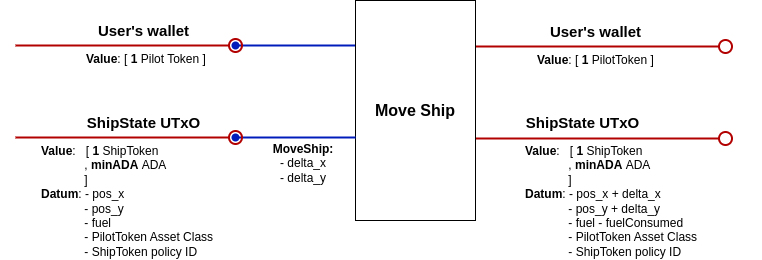
Above: mvp-design/img/moveShip.png in txpipe/asteria (draw.io), before the change. Source tidied: cells renumbered, new cells last; positions are measured from the earlier drawing's top-left corner, leaving out a move shared by most shapes.
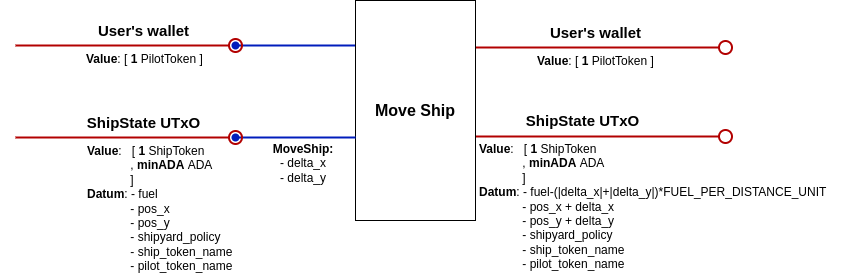
The same diagram one commit later.

Change to the diagram source:
```diff
@@ -10,14 +10,14 @@
     </mxCell>
     <mxCell id="3" style="edgeStyle=none;rounded=0;orthogonalLoop=1;jettySize=auto;html=1;exitX=1;exitY=0.25;exitDx=0;exitDy=0;startArrow=none;startFill=0;endArrow=oval;endFill=0;strokeColor=#B20000;fillColor=#e51400;strokeWidth=2;endSize=13;" parent="1" edge="1">
       <mxGeometry relative="1" as="geometry">
-        <mxPoint x="460" y="46" as="sourcePoint" />
-        <mxPoint x="710" y="46" as="targetPoint" />
+        <mxPoint x="460" y="47" as="sourcePoint" />
+        <mxPoint x="710" y="47" as="targetPoint" />
       </mxGeometry>
     </mxCell>
     <mxCell id="4" style="edgeStyle=none;rounded=0;orthogonalLoop=1;jettySize=auto;html=1;exitX=1;exitY=0.75;exitDx=0;exitDy=0;fontSize=11;startArrow=none;startFill=0;endArrow=oval;endFill=0;strokeColor=#B20000;fillColor=#e51400;strokeWidth=2;endSize=13;" parent="1" edge="1">
       <mxGeometry relative="1" as="geometry">
-        <mxPoint x="460" y="138" as="sourcePoint" />
-        <mxPoint x="710" y="138" as="targetPoint" />
+        <mxPoint x="460" y="136" as="sourcePoint" />
+        <mxPoint x="710" y="136" as="targetPoint" />
       </mxGeometry>
     </mxCell>
     <mxCell id="5" value="&lt;b&gt;&lt;font style=&quot;font-size: 16px;&quot;&gt;Move Ship&lt;br&gt;&lt;/font&gt;&lt;/b&gt;" style="rounded=0;whiteSpace=wrap;html=1;" parent="1" vertex="1">
@@ -27,10 +27,10 @@
       <mxGeometry x="73" y="15" width="110" height="30" as="geometry" />
     </mxCell>
     <mxCell id="7" value="&lt;div&gt;&lt;font size=&quot;1&quot;&gt;&lt;b style=&quot;font-size: 15px;&quot;&gt;User's wallet&lt;/b&gt;&lt;/font&gt;&lt;/div&gt;" style="text;html=1;align=center;verticalAlign=middle;strokeColor=none;fillColor=none;" parent="1" vertex="1">
-      <mxGeometry x="525.3" y="16" width="110" height="30" as="geometry" />
+      <mxGeometry x="525.3" y="17" width="110" height="30" as="geometry" />
     </mxCell>
     <mxCell id="8" value="&lt;font style=&quot;font-size: 15px;&quot;&gt;&lt;b&gt;ShipState&lt;/b&gt;&lt;/font&gt;&lt;b style=&quot;font-size: 15px; background-color: initial;&quot;&gt;&amp;nbsp;UTxO&lt;/b&gt;" style="text;html=1;align=center;verticalAlign=middle;strokeColor=none;fillColor=none;" parent="1" vertex="1">
-      <mxGeometry x="496.5" y="107" width="140" height="30" as="geometry" />
+      <mxGeometry x="496.5" y="105" width="140" height="30" as="geometry" />
     </mxCell>
     <mxCell id="9" style="edgeStyle=none;rounded=0;orthogonalLoop=1;jettySize=auto;html=1;startArrow=none;startFill=0;endArrow=oval;endFill=0;strokeColor=#B20000;fillColor=#e51400;strokeWidth=2;endSize=13;" parent="1" edge="1">
       <mxGeometry relative="1" as="geometry">
@@ -44,7 +44,7 @@
     <mxCell id="11" style="edgeStyle=orthogonalEdgeStyle;rounded=0;orthogonalLoop=1;jettySize=auto;html=1;exitX=0.5;exitY=1;exitDx=0;exitDy=0;endArrow=oval;endFill=0;endSize=6;strokeWidth=2;" parent="1" edge="1" source="5" target="5">
       <mxGeometry relative="1" as="geometry" />
     </mxCell>
-    <mxCell id="12" value="&lt;div style=&quot;caret-color: rgb(0, 0, 0); color: rgb(0, 0, 0); font-family: Helvetica; font-size: 12px; font-style: normal; font-variant-caps: normal; letter-spacing: normal; text-align: left; text-indent: 0px; text-transform: none; word-spacing: 0px; -webkit-text-stroke-width: 0px; text-decoration: none;&quot;&gt;&lt;div&gt;&lt;b&gt;Value&lt;/b&gt;: [&amp;nbsp;&lt;b style=&quot;background-color: initial;&quot;&gt;1&lt;/b&gt;&lt;span style=&quot;background-color: initial;&quot;&gt;&amp;nbsp;Pilot Token&amp;nbsp;&lt;/span&gt;&lt;span style=&quot;background-color: initial;&quot;&gt;]&lt;/span&gt;&lt;/div&gt;&lt;/div&gt;" style="text;whiteSpace=wrap;html=1;fontSize=12;" parent="1" vertex="1">
+    <mxCell id="12" value="&lt;div style=&quot;caret-color: rgb(0, 0, 0); color: rgb(0, 0, 0); font-family: Helvetica; font-size: 12px; font-style: normal; font-variant-caps: normal; letter-spacing: normal; text-align: left; text-indent: 0px; text-transform: none; word-spacing: 0px; -webkit-text-stroke-width: 0px; text-decoration: none;&quot;&gt;&lt;div&gt;&lt;b&gt;Value&lt;/b&gt;: [&amp;nbsp;&lt;b style=&quot;background-color: initial;&quot;&gt;1&lt;/b&gt;&lt;span style=&quot;background-color: initial;&quot;&gt;&amp;nbsp;PilotToken&amp;nbsp;&lt;/span&gt;&lt;span style=&quot;background-color: initial;&quot;&gt;]&lt;/span&gt;&lt;/div&gt;&lt;/div&gt;" style="text;whiteSpace=wrap;html=1;fontSize=12;" parent="1" vertex="1">
       <mxGeometry x="68.5" y="45" width="149.5" height="33" as="geometry" />
     </mxCell>
     <mxCell id="13" style="rounded=0;orthogonalLoop=1;jettySize=auto;html=1;exitX=0;exitY=0.5;exitDx=0;exitDy=0;strokeColor=#001DBC;startArrow=none;startFill=0;endArrow=oval;endFill=1;fillColor=#0050ef;strokeWidth=2;endSize=6;" parent="1" edge="1">
@@ -66,13 +66,13 @@
       <mxGeometry x="236" y="148" width="104" height="30" as="geometry" />
     </mxCell>
     <mxCell id="17" value="&lt;div style=&quot;caret-color: rgb(0, 0, 0); color: rgb(0, 0, 0); font-family: Helvetica; font-size: 12px; font-style: normal; font-variant-caps: normal; letter-spacing: normal; text-align: left; text-indent: 0px; text-transform: none; word-spacing: 0px; -webkit-text-stroke-width: 0px; text-decoration: none;&quot;&gt;&lt;div&gt;&lt;b&gt;Value&lt;/b&gt;: [&amp;nbsp;&lt;b style=&quot;background-color: initial;&quot;&gt;1&lt;/b&gt;&lt;span style=&quot;background-color: initial;&quot;&gt;&amp;nbsp;PilotToken&amp;nbsp;&lt;/span&gt;&lt;span style=&quot;background-color: initial;&quot;&gt;]&lt;/span&gt;&lt;/div&gt;&lt;/div&gt;" style="text;whiteSpace=wrap;html=1;fontSize=12;" parent="1" vertex="1">
-      <mxGeometry x="520" y="46" width="149.5" height="33" as="geometry" />
+      <mxGeometry x="520" y="47" width="149.5" height="33" as="geometry" />
     </mxCell>
-    <mxCell id="18" value="&lt;div style=&quot;caret-color: rgb(0, 0, 0); color: rgb(0, 0, 0); font-family: Helvetica; font-size: 12px; font-style: normal; font-variant-caps: normal; letter-spacing: normal; text-align: left; text-indent: 0px; text-transform: none; word-spacing: 0px; -webkit-text-stroke-width: 0px; text-decoration: none;&quot;&gt;&lt;span style=&quot;font-weight: 400;&quot;&gt;&lt;b&gt;Value&lt;/b&gt;: &amp;nbsp; [ &lt;/span&gt;&lt;b&gt;1&lt;/b&gt;&lt;span style=&quot;font-weight: 400;&quot;&gt;&amp;nbsp;Ship&lt;/span&gt;Token&lt;br&gt;&lt;b&gt;&lt;/b&gt;&lt;span style=&quot;font-weight: 400;&quot;&gt;&amp;nbsp; &amp;nbsp; &amp;nbsp; &amp;nbsp; &amp;nbsp; &amp;nbsp; &amp;nbsp;, &lt;/span&gt;&lt;b&gt;minADA&lt;/b&gt;&amp;nbsp;ADA&lt;/div&gt;&lt;div style=&quot;caret-color: rgb(0, 0, 0); color: rgb(0, 0, 0); font-family: Helvetica; font-size: 12px; font-style: normal; font-variant-caps: normal; letter-spacing: normal; text-align: left; text-indent: 0px; text-transform: none; word-spacing: 0px; -webkit-text-stroke-width: 0px; text-decoration: none;&quot;&gt;&lt;span style=&quot;background-color: initial;&quot;&gt;&amp;nbsp; &amp;nbsp; &amp;nbsp; &amp;nbsp; &amp;nbsp; &amp;nbsp; &amp;nbsp;]&lt;/span&gt;&lt;/div&gt;&lt;div style=&quot;caret-color: rgb(0, 0, 0); color: rgb(0, 0, 0); font-family: Helvetica; font-size: 12px; font-style: normal; font-variant-caps: normal; letter-spacing: normal; text-align: left; text-indent: 0px; text-transform: none; word-spacing: 0px; -webkit-text-stroke-width: 0px; text-decoration: none;&quot;&gt;&lt;span style=&quot;background-color: initial;&quot;&gt;&lt;b&gt;Datum&lt;/b&gt;: - pos_x + delta_x&lt;/span&gt;&lt;/div&gt;&lt;div style=&quot;caret-color: rgb(0, 0, 0); color: rgb(0, 0, 0); font-family: Helvetica; font-size: 12px; font-style: normal; font-variant-caps: normal; letter-spacing: normal; text-align: left; text-indent: 0px; text-transform: none; word-spacing: 0px; -webkit-text-stroke-width: 0px; text-decoration: none;&quot;&gt;&lt;span style=&quot;background-color: initial;&quot;&gt;&lt;span style=&quot;white-space: pre;&quot;&gt;&#9;&lt;/span&gt;&amp;nbsp; &amp;nbsp; &amp;nbsp;- pos_y + delta_y&lt;br&gt;&lt;/span&gt;&lt;/div&gt;&lt;div style=&quot;caret-color: rgb(0, 0, 0); color: rgb(0, 0, 0); font-family: Helvetica; font-size: 12px; font-style: normal; font-variant-caps: normal; letter-spacing: normal; text-align: left; text-indent: 0px; text-transform: none; word-spacing: 0px; -webkit-text-stroke-width: 0px; text-decoration: none;&quot;&gt;&lt;span style=&quot;background-color: initial;&quot;&gt;&lt;span style=&quot;white-space: pre;&quot;&gt;&#9;&lt;/span&gt;&amp;nbsp; &amp;nbsp; &amp;nbsp;- fuel - fuelConsumed&lt;/span&gt;&lt;/div&gt;&lt;div style=&quot;caret-color: rgb(0, 0, 0); color: rgb(0, 0, 0); font-family: Helvetica; font-size: 12px; font-style: normal; font-variant-caps: normal; letter-spacing: normal; text-align: left; text-indent: 0px; text-transform: none; word-spacing: 0px; -webkit-text-stroke-width: 0px; text-decoration: none;&quot;&gt;&lt;span style=&quot;background-color: initial;&quot;&gt;&lt;span style=&quot;white-space: pre;&quot;&gt;&#9;&lt;/span&gt;&amp;nbsp; &amp;nbsp; &amp;nbsp;- PilotToken Asset Class&lt;/span&gt;&lt;/div&gt;&lt;div style=&quot;caret-color: rgb(0, 0, 0); color: rgb(0, 0, 0); font-family: Helvetica; font-size: 12px; font-style: normal; font-variant-caps: normal; letter-spacing: normal; text-align: left; text-indent: 0px; text-transform: none; word-spacing: 0px; -webkit-text-stroke-width: 0px; text-decoration: none;&quot;&gt;&amp;nbsp; &amp;nbsp; &amp;nbsp; &amp;nbsp; &amp;nbsp; &amp;nbsp; &amp;nbsp;- ShipToken policy ID&lt;span style=&quot;background-color: initial;&quot;&gt;&lt;br&gt;&lt;/span&gt;&lt;/div&gt;" style="text;whiteSpace=wrap;html=1;fontSize=12;" parent="1" vertex="1">
-      <mxGeometry x="507.5" y="137" width="239.5" height="110" as="geometry" />
-    </mxCell>
-    <mxCell id="19" value="&lt;div style=&quot;caret-color: rgb(0, 0, 0); color: rgb(0, 0, 0); font-family: Helvetica; font-size: 12px; font-style: normal; font-variant-caps: normal; letter-spacing: normal; text-align: left; text-indent: 0px; text-transform: none; word-spacing: 0px; -webkit-text-stroke-width: 0px; text-decoration: none;&quot;&gt;&lt;span style=&quot;font-weight: 400;&quot;&gt;&lt;b&gt;Value&lt;/b&gt;: &amp;nbsp; [ &lt;/span&gt;&lt;b&gt;1&lt;/b&gt;&lt;span style=&quot;font-weight: 400;&quot;&gt;&amp;nbsp;Ship&lt;/span&gt;Token&lt;br&gt;&lt;b&gt;&lt;/b&gt;&lt;span style=&quot;font-weight: 400;&quot;&gt;&amp;nbsp; &amp;nbsp; &amp;nbsp; &amp;nbsp; &amp;nbsp; &amp;nbsp; &amp;nbsp;, &lt;/span&gt;&lt;b&gt;minADA&lt;/b&gt;&amp;nbsp;ADA&lt;/div&gt;&lt;div style=&quot;caret-color: rgb(0, 0, 0); color: rgb(0, 0, 0); font-family: Helvetica; font-size: 12px; font-style: normal; font-variant-caps: normal; letter-spacing: normal; text-align: left; text-indent: 0px; text-transform: none; word-spacing: 0px; -webkit-text-stroke-width: 0px; text-decoration: none;&quot;&gt;&lt;span style=&quot;background-color: initial;&quot;&gt;&amp;nbsp; &amp;nbsp; &amp;nbsp; &amp;nbsp; &amp;nbsp; &amp;nbsp; &amp;nbsp;]&lt;/span&gt;&lt;/div&gt;&lt;div style=&quot;caret-color: rgb(0, 0, 0); color: rgb(0, 0, 0); font-family: Helvetica; font-size: 12px; font-style: normal; font-variant-caps: normal; letter-spacing: normal; text-align: left; text-indent: 0px; text-transform: none; word-spacing: 0px; -webkit-text-stroke-width: 0px; text-decoration: none;&quot;&gt;&lt;span style=&quot;background-color: initial;&quot;&gt;&lt;b&gt;Datum&lt;/b&gt;: - pos_x&lt;/span&gt;&lt;/div&gt;&lt;div style=&quot;caret-color: rgb(0, 0, 0); color: rgb(0, 0, 0); font-family: Helvetica; font-size: 12px; font-style: normal; font-variant-caps: normal; letter-spacing: normal; text-align: left; text-indent: 0px; text-transform: none; word-spacing: 0px; -webkit-text-stroke-width: 0px; text-decoration: none;&quot;&gt;&lt;span style=&quot;background-color: initial;&quot;&gt;&lt;span style=&quot;white-space: pre;&quot;&gt;&#9;&lt;/span&gt;&amp;nbsp; &amp;nbsp; &amp;nbsp;- pos_y&lt;br&gt;&lt;/span&gt;&lt;/div&gt;&lt;div style=&quot;caret-color: rgb(0, 0, 0); color: rgb(0, 0, 0); font-family: Helvetica; font-size: 12px; font-style: normal; font-variant-caps: normal; letter-spacing: normal; text-align: left; text-indent: 0px; text-transform: none; word-spacing: 0px; -webkit-text-stroke-width: 0px; text-decoration: none;&quot;&gt;&lt;span style=&quot;background-color: initial;&quot;&gt;&lt;span style=&quot;white-space: pre;&quot;&gt;&#9;&lt;/span&gt;&amp;nbsp; &amp;nbsp; &amp;nbsp;- fuel&lt;/span&gt;&lt;/div&gt;&lt;div style=&quot;caret-color: rgb(0, 0, 0); color: rgb(0, 0, 0); font-family: Helvetica; font-size: 12px; font-style: normal; font-variant-caps: normal; letter-spacing: normal; text-align: left; text-indent: 0px; text-transform: none; word-spacing: 0px; -webkit-text-stroke-width: 0px; text-decoration: none;&quot;&gt;&lt;span style=&quot;background-color: initial;&quot;&gt;&lt;span style=&quot;white-space: pre;&quot;&gt;&#9;&lt;/span&gt;&amp;nbsp; &amp;nbsp; &amp;nbsp;- PilotToken Asset Class&lt;/span&gt;&lt;/div&gt;&lt;div style=&quot;caret-color: rgb(0, 0, 0); color: rgb(0, 0, 0); font-family: Helvetica; font-size: 12px; font-style: normal; font-variant-caps: normal; letter-spacing: normal; text-align: left; text-indent: 0px; text-transform: none; word-spacing: 0px; -webkit-text-stroke-width: 0px; text-decoration: none;&quot;&gt;&lt;span style=&quot;background-color: initial;&quot;&gt;&amp;nbsp; &amp;nbsp; &amp;nbsp; &amp;nbsp; &amp;nbsp; &amp;nbsp; &amp;nbsp;- ShipToken policy ID&lt;/span&gt;&lt;/div&gt;" style="text;whiteSpace=wrap;html=1;fontSize=12;" parent="1" vertex="1">
-      <mxGeometry x="23.5" y="137" width="239.5" height="110" as="geometry" />
-    </mxCell>
+    <mxCell id="20" value="&lt;div style=&quot;caret-color: rgb(0, 0, 0); color: rgb(0, 0, 0); font-family: Helvetica; font-size: 12px; font-style: normal; font-variant-caps: normal; letter-spacing: normal; text-align: left; text-indent: 0px; text-transform: none; word-spacing: 0px; -webkit-text-stroke-width: 0px; text-decoration: none;&quot;&gt;&lt;span style=&quot;font-weight: 400;&quot;&gt;&lt;b&gt;Value&lt;/b&gt;: &amp;nbsp; [ &lt;/span&gt;&lt;b&gt;1&lt;/b&gt;&lt;span style=&quot;font-weight: 400;&quot;&gt;&amp;nbsp;Ship&lt;/span&gt;Token&lt;br&gt;&lt;b&gt;&lt;/b&gt;&lt;span style=&quot;font-weight: 400;&quot;&gt;&amp;nbsp; &amp;nbsp; &amp;nbsp; &amp;nbsp; &amp;nbsp; &amp;nbsp; &amp;nbsp;, &lt;/span&gt;&lt;b&gt;minADA&lt;/b&gt;&amp;nbsp;ADA&lt;/div&gt;&lt;div style=&quot;caret-color: rgb(0, 0, 0); color: rgb(0, 0, 0); font-family: Helvetica; font-size: 12px; font-style: normal; font-variant-caps: normal; letter-spacing: normal; text-align: left; text-indent: 0px; text-transform: none; word-spacing: 0px; -webkit-text-stroke-width: 0px; text-decoration: none;&quot;&gt;&lt;span style=&quot;background-color: initial;&quot;&gt;&amp;nbsp; &amp;nbsp; &amp;nbsp; &amp;nbsp; &amp;nbsp; &amp;nbsp; &amp;nbsp;]&lt;/span&gt;&lt;/div&gt;&lt;div style=&quot;caret-color: rgb(0, 0, 0); color: rgb(0, 0, 0); font-family: Helvetica; font-size: 12px; font-style: normal; font-variant-caps: normal; letter-spacing: normal; text-align: left; text-indent: 0px; text-transform: none; word-spacing: 0px; -webkit-text-stroke-width: 0px; text-decoration: none;&quot;&gt;&lt;span style=&quot;background-color: initial;&quot;&gt;&lt;b&gt;Datum&lt;/b&gt;: - fuel&lt;/span&gt;&lt;/div&gt;&lt;div style=&quot;caret-color: rgb(0, 0, 0); color: rgb(0, 0, 0); font-family: Helvetica; font-size: 12px; font-style: normal; font-variant-caps: normal; letter-spacing: normal; text-align: left; text-indent: 0px; text-transform: none; word-spacing: 0px; -webkit-text-stroke-width: 0px; text-decoration: none;&quot;&gt;&lt;span style=&quot;background-color: initial;&quot;&gt;&lt;span style=&quot;white-space: pre;&quot;&gt;&#9;&lt;/span&gt;&amp;nbsp; &amp;nbsp; &amp;nbsp;- pos_x&lt;/span&gt;&lt;/div&gt;&lt;div style=&quot;caret-color: rgb(0, 0, 0); color: rgb(0, 0, 0); font-family: Helvetica; font-size: 12px; font-style: normal; font-variant-caps: normal; letter-spacing: normal; text-align: left; text-indent: 0px; text-transform: none; word-spacing: 0px; -webkit-text-stroke-width: 0px; text-decoration: none;&quot;&gt;&lt;span style=&quot;background-color: initial;&quot;&gt;&lt;span style=&quot;white-space: pre;&quot;&gt;&#9;&lt;/span&gt;&amp;nbsp; &amp;nbsp; &amp;nbsp;- pos_y&lt;/span&gt;&lt;/div&gt;&lt;div style=&quot;caret-color: rgb(0, 0, 0); color: rgb(0, 0, 0); font-family: Helvetica; font-size: 12px; font-style: normal; font-variant-caps: normal; letter-spacing: normal; text-align: left; text-indent: 0px; text-transform: none; word-spacing: 0px; -webkit-text-stroke-width: 0px; text-decoration: none;&quot;&gt;&lt;span style=&quot;background-color: initial;&quot;&gt;&amp;nbsp; &amp;nbsp; &amp;nbsp; &amp;nbsp; &amp;nbsp; &amp;nbsp; &amp;nbsp;- shipyard_policy&lt;/span&gt;&lt;/div&gt;&lt;div style=&quot;caret-color: rgb(0, 0, 0); color: rgb(0, 0, 0); font-family: Helvetica; font-size: 12px; font-style: normal; font-variant-caps: normal; letter-spacing: normal; text-align: left; text-indent: 0px; text-transform: none; word-spacing: 0px; -webkit-text-stroke-width: 0px; text-decoration: none;&quot;&gt;&lt;span style=&quot;background-color: initial;&quot;&gt;&lt;span style=&quot;white-space: pre;&quot;&gt;&#9;&lt;/span&gt;&amp;nbsp; &amp;nbsp; &amp;nbsp;- ship_token_name&lt;br&gt;&lt;/span&gt;&lt;/div&gt;&lt;div style=&quot;caret-color: rgb(0, 0, 0); color: rgb(0, 0, 0); font-family: Helvetica; font-size: 12px; font-style: normal; font-variant-caps: normal; letter-spacing: normal; text-align: left; text-indent: 0px; text-transform: none; word-spacing: 0px; -webkit-text-stroke-width: 0px; text-decoration: none;&quot;&gt;&lt;span style=&quot;background-color: initial;&quot;&gt;&lt;span style=&quot;white-space: pre;&quot;&gt;&#9;&lt;/span&gt;&amp;nbsp; &amp;nbsp; &amp;nbsp;- pilot_token_name&lt;br&gt;&lt;/span&gt;&lt;/div&gt;" style="text;whiteSpace=wrap;html=1;fontSize=12;" parent="1" vertex="1">
+      <mxGeometry x="70" y="137" width="239.5" height="110" as="geometry" />
+    </mxCell>
+    <mxCell id="21" value="&lt;div style=&quot;caret-color: rgb(0, 0, 0); color: rgb(0, 0, 0); font-family: Helvetica; font-size: 12px; font-style: normal; font-variant-caps: normal; letter-spacing: normal; text-align: left; text-indent: 0px; text-transform: none; word-spacing: 0px; -webkit-text-stroke-width: 0px; text-decoration: none;&quot;&gt;&lt;span style=&quot;font-weight: 400;&quot;&gt;&lt;b&gt;Value&lt;/b&gt;: &amp;nbsp; [ &lt;/span&gt;&lt;b&gt;1&lt;/b&gt;&lt;span style=&quot;font-weight: 400;&quot;&gt;&amp;nbsp;Ship&lt;/span&gt;Token&lt;br&gt;&lt;b&gt;&lt;/b&gt;&lt;span style=&quot;font-weight: 400;&quot;&gt;&amp;nbsp; &amp;nbsp; &amp;nbsp; &amp;nbsp; &amp;nbsp; &amp;nbsp; &amp;nbsp;, &lt;/span&gt;&lt;b&gt;minADA&lt;/b&gt;&amp;nbsp;ADA&lt;/div&gt;&lt;div style=&quot;caret-color: rgb(0, 0, 0); color: rgb(0, 0, 0); font-family: Helvetica; font-size: 12px; font-style: normal; font-variant-caps: normal; letter-spacing: normal; text-align: left; text-indent: 0px; text-transform: none; word-spacing: 0px; -webkit-text-stroke-width: 0px; text-decoration: none;&quot;&gt;&lt;span style=&quot;background-color: initial;&quot;&gt;&amp;nbsp; &amp;nbsp; &amp;nbsp; &amp;nbsp; &amp;nbsp; &amp;nbsp; &amp;nbsp;]&lt;/span&gt;&lt;/div&gt;&lt;div style=&quot;caret-color: rgb(0, 0, 0); color: rgb(0, 0, 0); font-family: Helvetica; font-size: 12px; font-style: normal; font-variant-caps: normal; letter-spacing: normal; text-align: left; text-indent: 0px; text-transform: none; word-spacing: 0px; -webkit-text-stroke-width: 0px; text-decoration: none;&quot;&gt;&lt;span style=&quot;background-color: initial;&quot;&gt;&lt;b&gt;Datum&lt;/b&gt;: - fuel-(|delta_x|+|delta_y|)*FUEL_PER_DISTANCE_UNIT&lt;/span&gt;&lt;/div&gt;&lt;div style=&quot;caret-color: rgb(0, 0, 0); color: rgb(0, 0, 0); font-family: Helvetica; font-size: 12px; font-style: normal; font-variant-caps: normal; letter-spacing: normal; text-align: left; text-indent: 0px; text-transform: none; word-spacing: 0px; -webkit-text-stroke-width: 0px; text-decoration: none;&quot;&gt;&lt;span style=&quot;background-color: initial;&quot;&gt;&lt;span style=&quot;white-space: pre;&quot;&gt;&#9;&lt;/span&gt;&amp;nbsp; &amp;nbsp; &amp;nbsp;- pos_x + delta_x&lt;/span&gt;&lt;/div&gt;&lt;div style=&quot;caret-color: rgb(0, 0, 0); color: rgb(0, 0, 0); font-family: Helvetica; font-size: 12px; font-style: normal; font-variant-caps: normal; letter-spacing: normal; text-align: left; text-indent: 0px; text-transform: none; word-spacing: 0px; -webkit-text-stroke-width: 0px; text-decoration: none;&quot;&gt;&lt;span style=&quot;background-color: initial;&quot;&gt;&lt;span style=&quot;white-space: pre;&quot;&gt;&#9;&lt;/span&gt;&amp;nbsp; &amp;nbsp; &amp;nbsp;- pos_y + delta_y&lt;/span&gt;&lt;/div&gt;&lt;div style=&quot;caret-color: rgb(0, 0, 0); color: rgb(0, 0, 0); font-family: Helvetica; font-size: 12px; font-style: normal; font-variant-caps: normal; letter-spacing: normal; text-align: left; text-indent: 0px; text-transform: none; word-spacing: 0px; -webkit-text-stroke-width: 0px; text-decoration: none;&quot;&gt;&lt;span style=&quot;background-color: initial;&quot;&gt;&amp;nbsp; &amp;nbsp; &amp;nbsp; &amp;nbsp; &amp;nbsp; &amp;nbsp; &amp;nbsp;- shipyard_policy&lt;/span&gt;&lt;/div&gt;&lt;div style=&quot;caret-color: rgb(0, 0, 0); color: rgb(0, 0, 0); font-family: Helvetica; font-size: 12px; font-style: normal; font-variant-caps: normal; letter-spacing: normal; text-align: left; text-indent: 0px; text-transform: none; word-spacing: 0px; -webkit-text-stroke-width: 0px; text-decoration: none;&quot;&gt;&lt;span style=&quot;background-color: initial;&quot;&gt;&lt;span style=&quot;white-space: pre;&quot;&gt;&#9;&lt;/span&gt;&amp;nbsp; &amp;nbsp; &amp;nbsp;- ship_token_name&lt;br&gt;&lt;/span&gt;&lt;/div&gt;&lt;div style=&quot;caret-color: rgb(0, 0, 0); color: rgb(0, 0, 0); font-family: Helvetica; font-size: 12px; font-style: normal; font-variant-caps: normal; letter-spacing: normal; text-align: left; text-indent: 0px; text-transform: none; word-spacing: 0px; -webkit-text-stroke-width: 0px; text-decoration: none;&quot;&gt;&lt;span style=&quot;background-color: initial;&quot;&gt;&lt;span style=&quot;white-space: pre;&quot;&gt;&#9;&lt;/span&gt;&amp;nbsp; &amp;nbsp; &amp;nbsp;- pilot_token_name&lt;br&gt;&lt;/span&gt;&lt;/div&gt;" style="text;whiteSpace=wrap;html=1;fontSize=12;" parent="1" vertex="1">
+      <mxGeometry x="461.6" y="135" width="377.4" height="110" as="geometry" />
+    </mxCell>
   </root>
 </mxGraphModel>
```
